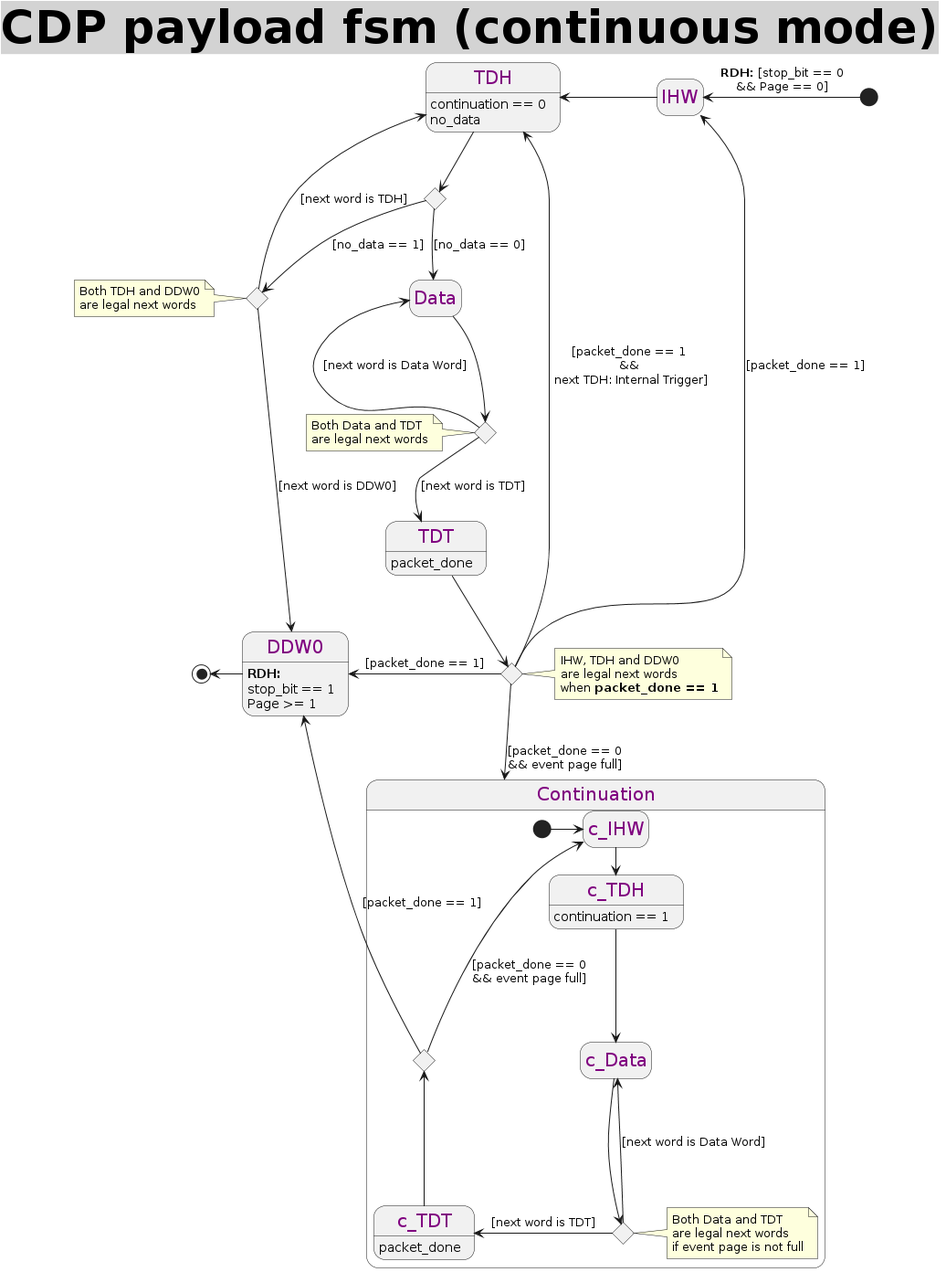
This is doc/CDP_payload_StateMachine (continuous mode).png from CramBL/fastPASTA, a PlantUML export, as it was before one commit. The source it was exported from:
```plantuml
@startuml CDP_payload_StateMachine (continuous mode)
<style>
title {
  HorizontalAlignment right
  FontSize 50
  BackGroundColor lightgrey
  Margin 1
  Padding 0
}

header {
  HorizontalAlignment center
  FontSize 20
  FontColor purple
}

footer {
  HorizontalAlignment left
  FontSize 28
  FontColor red
}

legend {
  FontSize 30
  BackGroundColor yellow
  Margin 30
  Padding 50
}

caption {
  FontSize 32
}
</style>
Title **CDP payload fsm** (continuous mode)
hide empty description

state after_TDH <<choice>>
state after_TDH_no_data <<choice>>
state after_TDT <<choice>>
state after_Data <<choice>>


[*] -left-> IHW : **RDH:** [stop_bit == 0\n&& Page == 0]

IHW -left-> TDH

TDH -down-> after_TDH
TDH: continuation == 0
TDH: no_data

after_TDH --> Data : [no_data == 0]
after_TDH --> after_TDH_no_data : [no_data == 1]

note left of after_TDH_no_data : Both TDH and DDW0\nare legal next words

after_TDH_no_data -left-> TDH : [next word is TDH]
after_TDH_no_data --> DDW0 : [next word is DDW0]


Data --> after_Data

note left of after_Data : Both Data and TDT\nare legal next words

after_Data -left-> Data : [next word is Data Word]
after_Data --> TDT : [next word is TDT]
TDT: packet_done

TDT --> after_TDT
after_TDT -up-> TDH : [packet_done == 1\n&&\n next TDH: Internal Trigger]
after_TDT --> Continuation : [packet_done == 0\n&& event page full]
after_TDT -left-> DDW0 : [packet_done == 1]
after_TDT -left-> IHW : [packet_done == 1]
note right of after_TDT : IHW, TDH and DDW0\nare legal next words\nwhen **packet_done == 1**


state Continuation {
  state after_c_Data <<choice>>
  state after_c_TDT <<choice>>
    [*] -right-> c_IHW
    c_IHW -right-> c_TDH : [stop_bit == 0\n&& Page >= 1]
    c_TDH: continuation == 1
    c_TDH -right-> c_Data
    c_Data --> after_c_Data

    after_c_Data -up-> c_Data : [next word is Data Word]
    after_c_Data -left-> c_TDT : [next word is TDT]

    c_TDT: packet_done
    c_TDT -up-> after_c_TDT

    after_c_TDT -up-> c_IHW : [packet_done == 0\n&& event page full]
    after_c_TDT -left-> DDW0 : [packet_done == 1]

    note right of after_c_Data : Both Data and TDT\nare legal next words\nif event page is not full
}



DDW0 -left-> [*]
DDW0: **RDH:**\nstop_bit == 1\nPage >= 1

@enduml
```
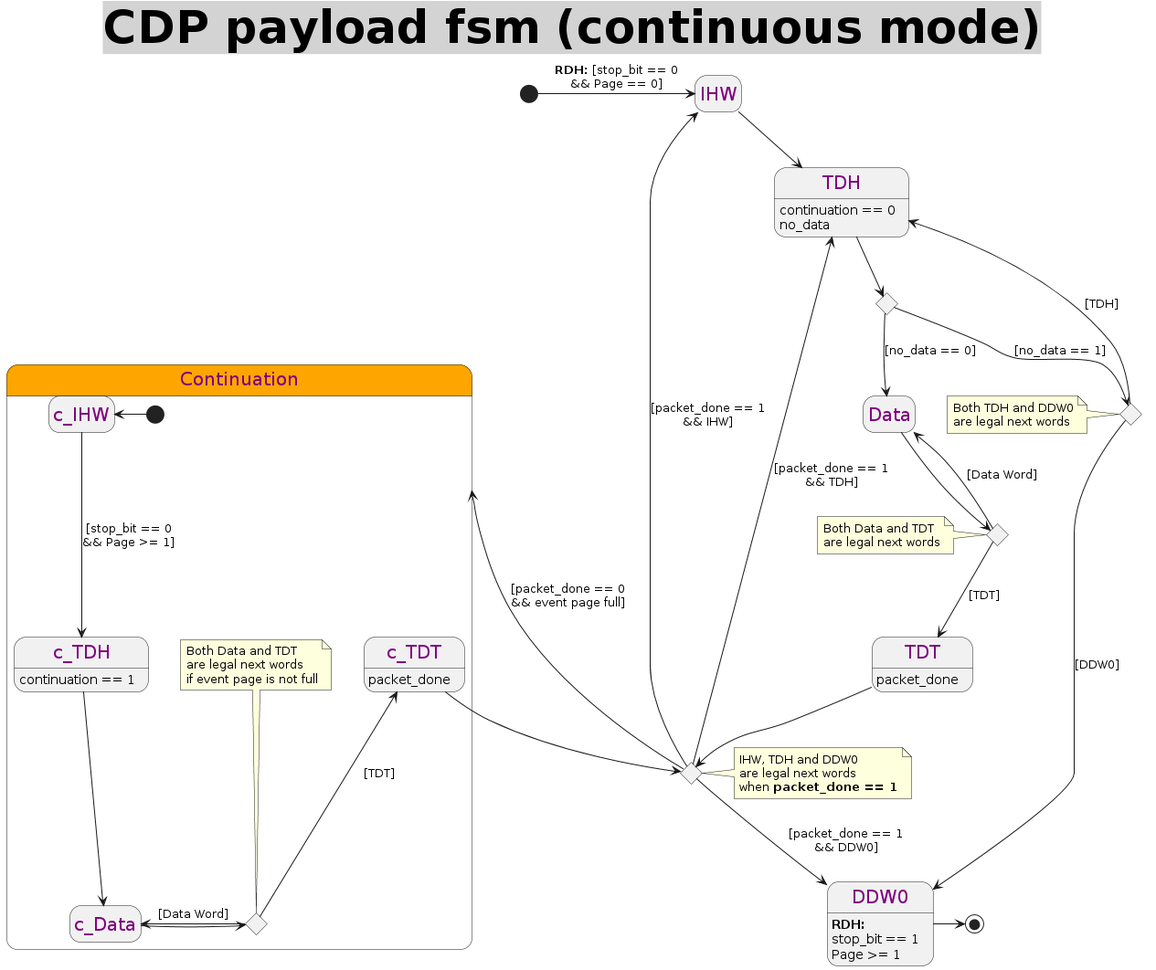
Above is the later version.

Commit message:
improve state machine diagram

Diff of the diagram source:
```diff
@@ -40,11 +40,12 @@
 state after_Data <<choice>>
 
 
-[*] -left-> IHW : **RDH:** [stop_bit == 0\n&& Page == 0]
 
-IHW -left-> TDH
+[*] -right-----> IHW : **RDH:** [stop_bit == 0\n&& Page == 0]
 
-TDH -down-> after_TDH
+IHW --> TDH
+
+TDH --> after_TDH
 TDH: continuation == 0
 TDH: no_data
 
@@ -53,50 +54,48 @@
 
 note left of after_TDH_no_data : Both TDH and DDW0\nare legal next words
 
-after_TDH_no_data -left-> TDH : [next word is TDH]
-after_TDH_no_data --> DDW0 : [next word is DDW0]
+after_TDH_no_data --> TDH : [TDH]
+after_TDH_no_data --> DDW0 : [DDW0]
 
 
 Data --> after_Data
 
 note left of after_Data : Both Data and TDT\nare legal next words
 
-after_Data -left-> Data : [next word is Data Word]
-after_Data --> TDT : [next word is TDT]
+after_Data --> Data : [Data Word]
+after_Data --> TDT : [TDT]
 TDT: packet_done
 
 TDT --> after_TDT
-after_TDT -up-> TDH : [packet_done == 1\n&&\n next TDH: Internal Trigger]
+after_TDT --> TDH : [packet_done == 1\n&& TDH]
+after_TDT --> DDW0 : [packet_done == 1\n&& DDW0]
+after_TDT --> IHW : [packet_done == 1\n&& IHW]
 after_TDT --> Continuation : [packet_done == 0\n&& event page full]
-after_TDT -left-> DDW0 : [packet_done == 1]
-after_TDT -left-> IHW : [packet_done == 1]
 note right of after_TDT : IHW, TDH and DDW0\nare legal next words\nwhen **packet_done == 1**
 
+state Continuation #orange {
+  state after_c_Data <<choice>>
+    [*] -left---> c_IHW
+    c_IHW --> c_TDH : [stop_bit == 0\n&& Page >= 1]
+    c_TDH: continuation == 1
 
-state Continuation {
-  state after_c_Data <<choice>>
-  state after_c_TDT <<choice>>
-    [*] -right-> c_IHW
-    c_IHW -right-> c_TDH : [stop_bit == 0\n&& Page >= 1]
-    c_TDH: continuation == 1
-    c_TDH -right-> c_Data
-    c_Data --> after_c_Data
 
-    after_c_Data -up-> c_Data : [next word is Data Word]
-    after_c_Data -left-> c_TDT : [next word is TDT]
+    c_TDH --> c_Data
+    c_Data -> after_c_Data
+
+    after_c_Data -> c_Data : [Data Word]
+    after_c_Data -up-> c_TDT : [TDT]
 
     c_TDT: packet_done
-    c_TDT -up-> after_c_TDT
+    c_TDT -down-> after_TDT
 
-    after_c_TDT -up-> c_IHW : [packet_done == 0\n&& event page full]
-    after_c_TDT -left-> DDW0 : [packet_done == 1]
+    note top of after_c_Data : Both Data and TDT\nare legal next words\nif event page is not full
 
-    note right of after_c_Data : Both Data and TDT\nare legal next words\nif event page is not full
 }
 
 
 
-DDW0 -left-> [*]
+DDW0 -----right-----> [*]
 DDW0: **RDH:**\nstop_bit == 1\nPage >= 1
 
 @enduml
```
